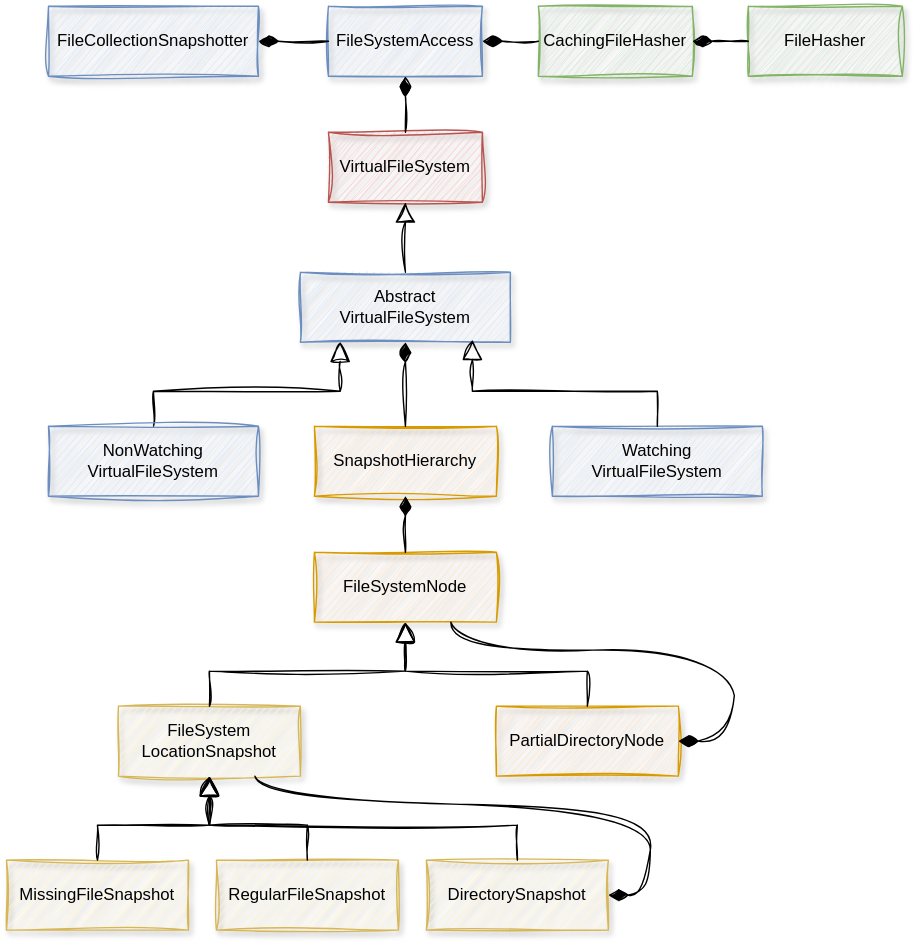
Earlier version of the draw.io export platforms/core-execution/snapshots/Virtual File-System.drawio.svg (gradle/gradle). Source tidied: cells renumbered, new cells last; positions are measured from the earlier drawing's top-left corner, leaving out a move shared by most shapes.
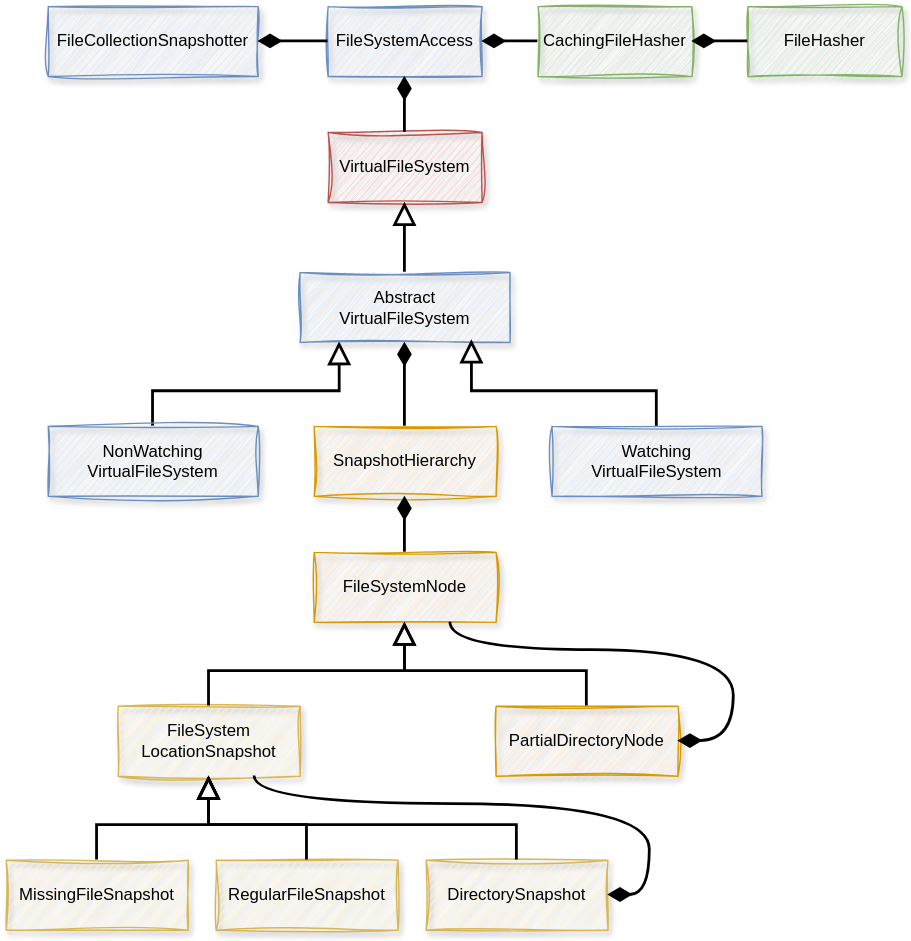
The same file after the commit.

The edit, as a diff of the source:
```diff
@@ -8,13 +8,13 @@
     <mxCell id="3" value="VirtualFileSystem" style="html=1;whiteSpace=wrap;sketch=1;curveFitting=1;jiggle=2;shadow=1;fillColor=#f8cecc;strokeColor=#b85450;" parent="1" vertex="1">
       <mxGeometry x="230" y="90" width="110" height="50" as="geometry" />
     </mxCell>
-    <mxCell id="4" style="edgeStyle=orthogonalEdgeStyle;shape=connector;rounded=0;sketch=1;jiggle=2;curveFitting=1;jettySize=auto;html=1;strokeColor=default;align=center;verticalAlign=middle;fontFamily=Helvetica;fontSize=11;fontColor=default;labelBackgroundColor=default;endArrow=block;endFill=0;startSize=12;endSize=12;exitX=0.5;exitY=0;exitDx=0;exitDy=0;entryX=0.189;entryY=0.993;entryDx=0;entryDy=0;entryPerimeter=0;" parent="1" edge="1" source="5" target="10">
+    <mxCell id="4" style="edgeStyle=orthogonalEdgeStyle;shape=connector;rounded=0;jettySize=auto;html=1;strokeColor=default;align=center;verticalAlign=middle;fontFamily=Helvetica;fontSize=11;fontColor=default;labelBackgroundColor=default;endArrow=block;endFill=0;startSize=12;endSize=12;exitX=0.5;exitY=0;exitDx=0;exitDy=0;entryX=0.189;entryY=0.993;entryDx=0;entryDy=0;entryPerimeter=0;strokeWidth=2;" parent="1" edge="1" source="5" target="10">
       <mxGeometry relative="1" as="geometry" />
     </mxCell>
     <mxCell id="5" value="NonWatching&lt;br&gt;VirtualFileSystem" style="html=1;whiteSpace=wrap;sketch=1;curveFitting=1;jiggle=2;shadow=1;fillColor=#dae8fc;strokeColor=#6c8ebf;" parent="1" vertex="1">
       <mxGeometry x="30" y="300" width="150" height="50" as="geometry" />
     </mxCell>
-    <mxCell id="6" style="edgeStyle=orthogonalEdgeStyle;shape=connector;rounded=0;sketch=1;jiggle=2;curveFitting=1;jettySize=auto;html=1;strokeColor=default;align=center;verticalAlign=middle;fontFamily=Helvetica;fontSize=11;fontColor=default;labelBackgroundColor=default;endArrow=block;endFill=0;endSize=12;" parent="1" edge="1" source="10" target="3">
+    <mxCell id="6" style="edgeStyle=orthogonalEdgeStyle;shape=connector;rounded=0;jettySize=auto;html=1;strokeColor=default;align=center;verticalAlign=middle;fontFamily=Helvetica;fontSize=11;fontColor=default;labelBackgroundColor=default;endArrow=block;endFill=0;endSize=12;strokeWidth=2;startSize=12;" parent="1" edge="1" source="10" target="3">
       <mxGeometry relative="1" as="geometry" />
     </mxCell>
     <mxCell id="7" value="Watching&lt;br&gt;VirtualFileSystem" style="html=1;whiteSpace=wrap;sketch=1;curveFitting=1;jiggle=2;shadow=1;fillColor=#dae8fc;strokeColor=#6c8ebf;" parent="1" vertex="1">
@@ -23,52 +23,52 @@
     <mxCell id="8" value="SnapshotHierarchy" style="html=1;whiteSpace=wrap;sketch=1;curveFitting=1;jiggle=2;shadow=1;fillColor=#ffe6cc;strokeColor=#d79b00;" parent="1" vertex="1">
       <mxGeometry x="220" y="300" width="130" height="50" as="geometry" />
     </mxCell>
-    <mxCell id="9" style="endArrow=diamondThin;endFill=1;endSize=12;html=1;rounded=0;sketch=1;jiggle=2;curveFitting=1;strokeColor=default;align=center;verticalAlign=middle;fontFamily=Helvetica;fontSize=11;fontColor=default;labelBackgroundColor=default;edgeStyle=orthogonalEdgeStyle;exitX=0.5;exitY=0;exitDx=0;exitDy=0;startSize=12;" parent="1" edge="1" source="8" target="10">
+    <mxCell id="9" style="endArrow=diamondThin;endFill=1;endSize=12;html=1;rounded=0;strokeColor=default;align=center;verticalAlign=middle;fontFamily=Helvetica;fontSize=11;fontColor=default;labelBackgroundColor=default;edgeStyle=orthogonalEdgeStyle;exitX=0.5;exitY=0;exitDx=0;exitDy=0;startSize=12;strokeWidth=2;" parent="1" edge="1" source="8" target="10">
       <mxGeometry relative="1" as="geometry" />
     </mxCell>
     <mxCell id="10" value="Abstract&lt;br&gt;VirtualFileSystem" style="html=1;whiteSpace=wrap;sketch=1;curveFitting=1;jiggle=2;shadow=1;fillColor=#dae8fc;strokeColor=#6c8ebf;" parent="1" vertex="1">
       <mxGeometry x="210" y="190" width="150" height="50" as="geometry" />
     </mxCell>
-    <mxCell id="11" style="edgeStyle=orthogonalEdgeStyle;shape=connector;rounded=0;sketch=1;jiggle=2;curveFitting=1;jettySize=auto;html=1;strokeColor=default;align=center;verticalAlign=middle;fontFamily=Helvetica;fontSize=11;fontColor=default;labelBackgroundColor=default;endArrow=block;endFill=0;startSize=12;endSize=12;entryX=0.819;entryY=0.965;entryDx=0;entryDy=0;entryPerimeter=0;exitX=0.5;exitY=0;exitDx=0;exitDy=0;" parent="1" edge="1" source="7" target="10">
+    <mxCell id="11" style="edgeStyle=orthogonalEdgeStyle;shape=connector;rounded=0;jettySize=auto;html=1;strokeColor=default;align=center;verticalAlign=middle;fontFamily=Helvetica;fontSize=11;fontColor=default;labelBackgroundColor=default;endArrow=block;endFill=0;startSize=12;endSize=12;entryX=0.819;entryY=0.965;entryDx=0;entryDy=0;entryPerimeter=0;exitX=0.5;exitY=0;exitDx=0;exitDy=0;strokeWidth=2;" parent="1" edge="1" source="7" target="10">
       <mxGeometry relative="1" as="geometry" />
     </mxCell>
     <mxCell id="12" value="FileSystem&lt;br&gt;LocationSnapshot" style="html=1;whiteSpace=wrap;sketch=1;curveFitting=1;jiggle=2;shadow=1;fillColor=#fff2cc;strokeColor=#d6b656;" parent="1" vertex="1">
       <mxGeometry x="80" y="500" width="130" height="50" as="geometry" />
     </mxCell>
-    <mxCell id="13" style="edgeStyle=orthogonalEdgeStyle;shape=connector;rounded=0;sketch=1;jiggle=2;curveFitting=1;jettySize=auto;html=1;strokeColor=default;align=center;verticalAlign=middle;fontFamily=Helvetica;fontSize=11;fontColor=default;labelBackgroundColor=default;endArrow=block;endFill=0;startSize=12;endSize=12;entryX=0.5;entryY=1;entryDx=0;entryDy=0;exitX=0.5;exitY=0;exitDx=0;exitDy=0;" parent="1" edge="1" source="12" target="14">
+    <mxCell id="13" style="edgeStyle=orthogonalEdgeStyle;shape=connector;rounded=0;jettySize=auto;html=1;strokeColor=default;align=center;verticalAlign=middle;fontFamily=Helvetica;fontSize=11;fontColor=default;labelBackgroundColor=default;endArrow=block;endFill=0;startSize=12;endSize=12;entryX=0.5;entryY=1;entryDx=0;entryDy=0;exitX=0.5;exitY=0;exitDx=0;exitDy=0;strokeWidth=2;" parent="1" edge="1" source="12" target="14">
       <mxGeometry relative="1" as="geometry" />
     </mxCell>
     <mxCell id="14" value="FileSystemNode" style="html=1;whiteSpace=wrap;sketch=1;curveFitting=1;jiggle=2;shadow=1;fillColor=#ffe6cc;strokeColor=#d79b00;" parent="1" vertex="1">
       <mxGeometry x="220" y="390" width="130" height="50" as="geometry" />
     </mxCell>
-    <mxCell id="15" style="endArrow=diamondThin;endFill=1;endSize=12;html=1;rounded=0;sketch=1;jiggle=2;curveFitting=1;strokeColor=default;align=center;verticalAlign=middle;fontFamily=Helvetica;fontSize=11;fontColor=default;labelBackgroundColor=default;edgeStyle=orthogonalEdgeStyle;startSize=12;" parent="1" edge="1" source="14" target="8">
+    <mxCell id="15" style="endArrow=diamondThin;endFill=1;endSize=12;html=1;rounded=0;strokeColor=default;align=center;verticalAlign=middle;fontFamily=Helvetica;fontSize=11;fontColor=default;labelBackgroundColor=default;edgeStyle=orthogonalEdgeStyle;startSize=12;strokeWidth=2;" parent="1" edge="1" source="14" target="8">
       <mxGeometry relative="1" as="geometry" />
     </mxCell>
     <mxCell id="16" value="PartialDirectoryNode" style="html=1;whiteSpace=wrap;sketch=1;curveFitting=1;jiggle=2;shadow=1;fillColor=#ffe6cc;strokeColor=#d79b00;" parent="1" vertex="1">
       <mxGeometry x="350" y="500" width="130" height="50" as="geometry" />
     </mxCell>
-    <mxCell id="17" style="edgeStyle=orthogonalEdgeStyle;shape=connector;rounded=0;sketch=1;jiggle=2;curveFitting=1;jettySize=auto;html=1;strokeColor=default;align=center;verticalAlign=middle;fontFamily=Helvetica;fontSize=11;fontColor=default;labelBackgroundColor=default;endArrow=block;endFill=0;startSize=12;endSize=12;" parent="1" edge="1" source="16" target="14">
+    <mxCell id="17" style="edgeStyle=orthogonalEdgeStyle;shape=connector;rounded=0;jettySize=auto;html=1;strokeColor=default;align=center;verticalAlign=middle;fontFamily=Helvetica;fontSize=11;fontColor=default;labelBackgroundColor=default;endArrow=block;endFill=0;startSize=12;endSize=12;strokeWidth=2;" parent="1" edge="1" source="16" target="14">
       <mxGeometry relative="1" as="geometry" />
     </mxCell>
     <mxCell id="18" value="MissingFileSnapshot" style="html=1;whiteSpace=wrap;sketch=1;curveFitting=1;jiggle=2;shadow=1;fillColor=#fff2cc;strokeColor=#d6b656;" parent="1" vertex="1">
       <mxGeometry y="610" width="130" height="50" as="geometry" />
     </mxCell>
-    <mxCell id="19" style="edgeStyle=orthogonalEdgeStyle;shape=connector;rounded=0;sketch=1;jiggle=2;curveFitting=1;jettySize=auto;html=1;strokeColor=default;align=center;verticalAlign=middle;fontFamily=Helvetica;fontSize=11;fontColor=default;labelBackgroundColor=default;endArrow=block;endFill=0;startSize=12;endSize=12;exitX=0.5;exitY=0;exitDx=0;exitDy=0;" parent="1" edge="1" source="18" target="12">
+    <mxCell id="19" style="edgeStyle=orthogonalEdgeStyle;shape=connector;rounded=0;jettySize=auto;html=1;strokeColor=default;align=center;verticalAlign=middle;fontFamily=Helvetica;fontSize=11;fontColor=default;labelBackgroundColor=default;endArrow=block;endFill=0;startSize=12;endSize=12;exitX=0.5;exitY=0;exitDx=0;exitDy=0;strokeWidth=2;" parent="1" edge="1" source="18" target="12">
       <mxGeometry relative="1" as="geometry" />
     </mxCell>
     <mxCell id="20" value="RegularFileSnapshot" style="html=1;whiteSpace=wrap;sketch=1;curveFitting=1;jiggle=2;shadow=1;fillColor=#fff2cc;strokeColor=#d6b656;" parent="1" vertex="1">
       <mxGeometry x="150" y="610" width="130" height="50" as="geometry" />
     </mxCell>
-    <mxCell id="21" style="edgeStyle=orthogonalEdgeStyle;shape=connector;rounded=0;sketch=1;jiggle=2;curveFitting=1;jettySize=auto;html=1;strokeColor=default;align=center;verticalAlign=middle;fontFamily=Helvetica;fontSize=11;fontColor=default;labelBackgroundColor=default;endArrow=block;endFill=0;startSize=12;endSize=12;" parent="1" edge="1" source="20" target="12">
+    <mxCell id="21" style="edgeStyle=orthogonalEdgeStyle;shape=connector;rounded=0;jettySize=auto;html=1;strokeColor=default;align=center;verticalAlign=middle;fontFamily=Helvetica;fontSize=11;fontColor=default;labelBackgroundColor=default;endArrow=block;endFill=0;startSize=12;endSize=12;strokeWidth=2;" parent="1" edge="1" source="20" target="12">
       <mxGeometry relative="1" as="geometry" />
     </mxCell>
     <mxCell id="22" value="DirectorySnapshot" style="html=1;whiteSpace=wrap;sketch=1;curveFitting=1;jiggle=2;shadow=1;fillColor=#fff2cc;strokeColor=#d6b656;" parent="1" vertex="1">
       <mxGeometry x="300" y="610" width="130" height="50" as="geometry" />
     </mxCell>
-    <mxCell id="23" style="edgeStyle=orthogonalEdgeStyle;shape=connector;rounded=0;sketch=1;jiggle=2;curveFitting=1;jettySize=auto;html=1;strokeColor=default;align=center;verticalAlign=middle;fontFamily=Helvetica;fontSize=11;fontColor=default;labelBackgroundColor=default;endArrow=block;endFill=0;startSize=12;endSize=12;exitX=0.5;exitY=0;exitDx=0;exitDy=0;" parent="1" edge="1" source="22" target="12">
+    <mxCell id="23" style="edgeStyle=orthogonalEdgeStyle;shape=connector;rounded=0;jettySize=auto;html=1;strokeColor=default;align=center;verticalAlign=middle;fontFamily=Helvetica;fontSize=11;fontColor=default;labelBackgroundColor=default;endArrow=block;endFill=0;startSize=12;endSize=12;exitX=0.5;exitY=0;exitDx=0;exitDy=0;strokeWidth=2;" parent="1" edge="1" source="22" target="12">
       <mxGeometry relative="1" as="geometry" />
     </mxCell>
-    <mxCell id="24" style="endArrow=diamondThin;endFill=1;endSize=12;html=1;rounded=0;sketch=1;jiggle=2;curveFitting=1;strokeColor=default;align=center;verticalAlign=middle;fontFamily=Helvetica;fontSize=11;fontColor=default;labelBackgroundColor=default;edgeStyle=orthogonalEdgeStyle;startSize=12;exitX=0.75;exitY=1;exitDx=0;exitDy=0;entryX=1;entryY=0.5;entryDx=0;entryDy=0;curved=1;" parent="1" edge="1" source="12" target="22">
+    <mxCell id="24" style="endArrow=diamondThin;endFill=1;endSize=12;html=1;rounded=0;strokeColor=default;align=center;verticalAlign=middle;fontFamily=Helvetica;fontSize=11;fontColor=default;labelBackgroundColor=default;edgeStyle=orthogonalEdgeStyle;startSize=12;exitX=0.75;exitY=1;exitDx=0;exitDy=0;entryX=1;entryY=0.5;entryDx=0;entryDy=0;curved=1;strokeWidth=2;" parent="1" edge="1" source="12" target="22">
       <mxGeometry relative="1" as="geometry">
         <Array as="points">
           <mxPoint x="177" y="570" />
@@ -77,7 +77,7 @@
         </Array>
       </mxGeometry>
     </mxCell>
-    <mxCell id="25" style="endArrow=diamondThin;endFill=1;endSize=12;html=1;rounded=0;sketch=1;jiggle=2;curveFitting=1;strokeColor=default;align=center;verticalAlign=middle;fontFamily=Helvetica;fontSize=11;fontColor=default;labelBackgroundColor=default;edgeStyle=orthogonalEdgeStyle;startSize=12;exitX=0.75;exitY=1;exitDx=0;exitDy=0;entryX=1;entryY=0.5;entryDx=0;entryDy=0;curved=1;" parent="1" edge="1" source="14" target="16">
+    <mxCell id="25" style="endArrow=diamondThin;endFill=1;endSize=12;html=1;rounded=0;strokeColor=default;align=center;verticalAlign=middle;fontFamily=Helvetica;fontSize=11;fontColor=default;labelBackgroundColor=default;edgeStyle=orthogonalEdgeStyle;startSize=12;exitX=0.75;exitY=1;exitDx=0;exitDy=0;entryX=1;entryY=0.5;entryDx=0;entryDy=0;curved=1;strokeWidth=2;" parent="1" edge="1" source="14" target="16">
       <mxGeometry relative="1" as="geometry">
         <Array as="points">
           <mxPoint x="317" y="460" />
@@ -86,25 +86,25 @@
         </Array>
       </mxGeometry>
     </mxCell>
-    <mxCell id="26" style="endArrow=diamondThin;endFill=1;endSize=12;html=1;rounded=0;sketch=1;jiggle=2;curveFitting=1;strokeColor=default;align=center;verticalAlign=middle;fontFamily=Helvetica;fontSize=11;fontColor=default;labelBackgroundColor=default;edgeStyle=orthogonalEdgeStyle;startSize=12;" parent="1" edge="1" source="3" target="2">
+    <mxCell id="26" style="endArrow=diamondThin;endFill=1;endSize=12;html=1;rounded=0;strokeColor=default;align=center;verticalAlign=middle;fontFamily=Helvetica;fontSize=11;fontColor=default;labelBackgroundColor=default;edgeStyle=orthogonalEdgeStyle;startSize=12;strokeWidth=2;" parent="1" edge="1" source="3" target="2">
       <mxGeometry relative="1" as="geometry" />
     </mxCell>
     <mxCell id="27" value="CachingFileHasher" style="html=1;whiteSpace=wrap;sketch=1;curveFitting=1;jiggle=2;shadow=1;fillColor=#d5e8d4;strokeColor=#82b366;" parent="1" vertex="1">
       <mxGeometry x="380" width="110" height="50" as="geometry" />
     </mxCell>
-    <mxCell id="28" style="endArrow=diamondThin;endFill=1;endSize=12;html=1;rounded=0;sketch=1;jiggle=2;curveFitting=1;strokeColor=default;align=center;verticalAlign=middle;fontFamily=Helvetica;fontSize=11;fontColor=default;labelBackgroundColor=default;edgeStyle=orthogonalEdgeStyle;startSize=12;" parent="1" edge="1" source="27" target="2">
+    <mxCell id="28" style="endArrow=diamondThin;endFill=1;endSize=12;html=1;rounded=0;strokeColor=default;align=center;verticalAlign=middle;fontFamily=Helvetica;fontSize=11;fontColor=default;labelBackgroundColor=default;edgeStyle=orthogonalEdgeStyle;startSize=12;strokeWidth=2;" parent="1" edge="1" source="27" target="2">
       <mxGeometry relative="1" as="geometry" />
     </mxCell>
     <mxCell id="29" value="FileHasher" style="html=1;whiteSpace=wrap;sketch=1;curveFitting=1;jiggle=2;shadow=1;fillColor=#d5e8d4;strokeColor=#82b366;" parent="1" vertex="1">
       <mxGeometry x="530" width="110" height="50" as="geometry" />
     </mxCell>
-    <mxCell id="30" style="endArrow=diamondThin;endFill=1;endSize=12;html=1;rounded=0;sketch=1;jiggle=2;curveFitting=1;strokeColor=default;align=center;verticalAlign=middle;fontFamily=Helvetica;fontSize=11;fontColor=default;labelBackgroundColor=default;edgeStyle=orthogonalEdgeStyle;startSize=12;" parent="1" edge="1" source="29" target="27">
+    <mxCell id="30" style="endArrow=diamondThin;endFill=1;endSize=12;html=1;rounded=0;strokeColor=default;align=center;verticalAlign=middle;fontFamily=Helvetica;fontSize=11;fontColor=default;labelBackgroundColor=default;edgeStyle=orthogonalEdgeStyle;startSize=12;strokeWidth=2;" parent="1" edge="1" source="29" target="27">
       <mxGeometry relative="1" as="geometry" />
     </mxCell>
     <mxCell id="31" value="FileCollectionSnapshotter" style="html=1;whiteSpace=wrap;sketch=1;curveFitting=1;jiggle=2;shadow=1;fillColor=#dae8fc;strokeColor=#6c8ebf;" parent="1" vertex="1">
       <mxGeometry x="30" width="150" height="50" as="geometry" />
     </mxCell>
-    <mxCell id="32" style="endArrow=diamondThin;endFill=1;endSize=12;html=1;rounded=0;sketch=1;jiggle=2;curveFitting=1;strokeColor=default;align=center;verticalAlign=middle;fontFamily=Helvetica;fontSize=11;fontColor=default;labelBackgroundColor=default;edgeStyle=orthogonalEdgeStyle;startSize=12;" parent="1" edge="1" source="2" target="31">
+    <mxCell id="32" style="endArrow=diamondThin;endFill=1;endSize=12;html=1;rounded=0;strokeColor=default;align=center;verticalAlign=middle;fontFamily=Helvetica;fontSize=11;fontColor=default;labelBackgroundColor=default;edgeStyle=orthogonalEdgeStyle;startSize=12;strokeWidth=2;" parent="1" edge="1" source="2" target="31">
       <mxGeometry relative="1" as="geometry" />
     </mxCell>
   </root>
```
